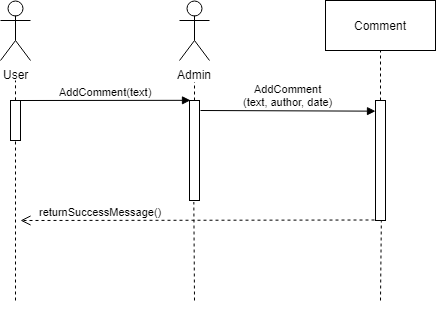
Before: Behavioral/Sequence Diagram/Add comment success scenario.png, a diagram exported from draw.io (group-c/sw-project). Source tidied: cells renumbered, new cells last; positions are measured from the earlier drawing's top-left corner, leaving out a move shared by most shapes.
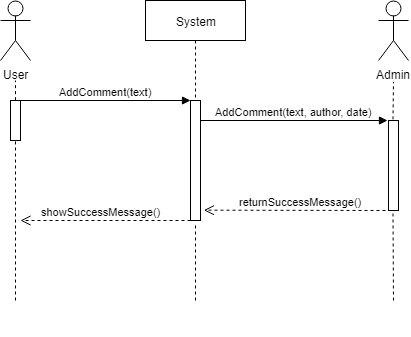
After the change.

Commit message:
Added Add comment success scenario. Reyhaneh

Diff of the diagram source:
```diff
@@ -3,73 +3,73 @@
     <mxCell id="0" />
     <mxCell id="1" parent="0" />
     <mxCell id="2" value="User&lt;br&gt;" style="shape=umlActor;verticalLabelPosition=bottom;labelBackgroundColor=#ffffff;verticalAlign=top;html=1;" parent="1" vertex="1">
-      <mxGeometry width="30" height="60" as="geometry" />
+      <mxGeometry x="-60" y="10" width="30" height="60" as="geometry" />
     </mxCell>
-    <mxCell id="3" style="html=1;points=[];perimeter=orthogonalPerimeter;" parent="1" vertex="1">
-      <mxGeometry x="10" y="100" width="10" height="40" as="geometry" />
-    </mxCell>
-    <mxCell id="4" style="html=1;points=[];perimeter=orthogonalPerimeter;" parent="1" vertex="1">
-      <mxGeometry x="375" y="100" width="10" height="120" as="geometry" />
-    </mxCell>
-    <mxCell id="5" style="endArrow=none;dashed=1;html=1;" parent="1" edge="1">
-      <mxGeometry relative="1" as="geometry">
-        <mxPoint x="380" y="100" as="sourcePoint" />
-        <mxPoint x="380" y="50" as="targetPoint" />
-      </mxGeometry>
-    </mxCell>
-    <mxCell id="6" value="Comment" style="html=1;" parent="1" vertex="1">
-      <mxGeometry x="325" width="110" height="50" as="geometry" />
-    </mxCell>
-    <mxCell id="7" style="html=1;points=[];perimeter=orthogonalPerimeter;" parent="1" vertex="1">
-      <mxGeometry x="189" y="100" width="10" height="100" as="geometry" />
-    </mxCell>
-    <mxCell id="8" style="endArrow=none;dashed=1;html=1;entryX=0.561;entryY=1.004;entryDx=0;entryDy=0;entryPerimeter=0;" parent="1" edge="1" target="4">
-      <mxGeometry relative="1" as="geometry">
-        <mxPoint x="380" y="300" as="sourcePoint" />
-      </mxGeometry>
-    </mxCell>
-    <mxCell id="9" style="endArrow=none;dashed=1;html=1;" parent="1" edge="1">
-      <mxGeometry relative="1" as="geometry">
-        <mxPoint x="194" y="100" as="sourcePoint" />
-        <mxPoint x="194" y="80" as="targetPoint" />
-      </mxGeometry>
-    </mxCell>
+    <mxCell id="18" style="html=1;points=[];perimeter=orthogonalPerimeter;" parent="1" vertex="1">
+      <mxGeometry x="-50" y="110" width="10" height="40" as="geometry" />
+    </mxCell>
+    <mxCell id="19" style="html=1;points=[];perimeter=orthogonalPerimeter;" parent="1" vertex="1">
+      <mxGeometry x="328" y="130" width="10" height="90" as="geometry" />
+    </mxCell>
+    <mxCell id="20" style="endArrow=none;dashed=1;html=1;exitX=0.472;exitY=-0.011;exitDx=0;exitDy=0;exitPerimeter=0;" parent="1" edge="1" source="19">
+      <mxGeometry relative="1" as="geometry">
+        <mxPoint x="333" y="90" as="targetPoint" />
+      </mxGeometry>
+    </mxCell>
     <mxCell id="10" value="Admin" style="shape=umlActor;verticalLabelPosition=bottom;labelBackgroundColor=#ffffff;verticalAlign=top;html=1;" parent="1" vertex="1">
-      <mxGeometry x="179" width="30" height="60" as="geometry" />
+      <mxGeometry x="318" y="10" width="30" height="60" as="geometry" />
     </mxCell>
-    <mxCell id="11" style="endArrow=none;dashed=1;html=1;exitX=0.523;exitY=0.002;exitDx=0;exitDy=0;exitPerimeter=0;" parent="1" edge="1" source="3">
-      <mxGeometry relative="1" as="geometry">
-        <mxPoint x="15" y="80" as="targetPoint" />
-      </mxGeometry>
-    </mxCell>
-    <mxCell id="12" style="endArrow=none;dashed=1;html=1;entryX=0.532;entryY=1.01;entryDx=0;entryDy=0;entryPerimeter=0;" parent="1" edge="1" target="3">
-      <mxGeometry relative="1" as="geometry">
-        <mxPoint x="15" y="300" as="sourcePoint" />
-      </mxGeometry>
-    </mxCell>
+    <mxCell id="21" style="endArrow=none;dashed=1;html=1;exitX=0.523;exitY=0.002;exitDx=0;exitDy=0;exitPerimeter=0;" parent="1" edge="1" source="18">
+      <mxGeometry relative="1" as="geometry">
+        <mxPoint x="-45" y="90" as="targetPoint" />
+      </mxGeometry>
+    </mxCell>
+    <mxCell id="22" style="endArrow=none;dashed=1;html=1;entryX=0.532;entryY=1.01;entryDx=0;entryDy=0;entryPerimeter=0;" parent="1" edge="1" target="18">
+      <mxGeometry relative="1" as="geometry">
+        <mxPoint x="-45" y="310" as="sourcePoint" />
+      </mxGeometry>
+    </mxCell>
-    <mxCell id="13" value="AddComment(text)" style="html=1;verticalAlign=bottom;endArrow=block;entryX=0.1;entryY=0;entryDx=0;entryDy=0;entryPerimeter=0;" parent="1" edge="1" target="7">
+    <mxCell id="13" value="AddComment(text)" style="html=1;verticalAlign=bottom;endArrow=block;" parent="1" edge="1">
       <mxGeometry relative="1" as="geometry">
-        <mxPoint x="20" y="100" as="sourcePoint" />
+        <mxPoint x="-40" y="110" as="sourcePoint" />
+        <mxPoint x="130" y="110" as="targetPoint" />
       </mxGeometry>
     </mxCell>
-    <mxCell id="14" value="AddComment&lt;br&gt;(text, author, date)" style="html=1;verticalAlign=bottom;endArrow=block;entryX=-0.033;entryY=0.087;entryDx=0;entryDy=0;entryPerimeter=0;" parent="1" edge="1" target="4">
-      <mxGeometry relative="1" as="geometry">
-        <mxPoint x="200" y="110" as="sourcePoint" />
-      </mxGeometry>
-    </mxCell>
+    <mxCell id="23" value="showSuccessMessage()" style="html=1;verticalAlign=bottom;endArrow=open;dashed=1;endSize=8;" parent="1" edge="1">
+      <mxGeometry x="0.06" relative="1" as="geometry">
+        <mxPoint x="130" y="230" as="sourcePoint" />
+        <mxPoint x="-40" y="230" as="targetPoint" />
+      </mxGeometry>
+    </mxCell>
+    <mxCell id="24" style="endArrow=none;dashed=1;html=1;entryX=0.471;entryY=1.011;entryDx=0;entryDy=0;entryPerimeter=0;" parent="1" edge="1" target="19">
+      <mxGeometry relative="1" as="geometry">
+        <mxPoint x="333" y="310" as="sourcePoint" />
+      </mxGeometry>
+    </mxCell>
+    <mxCell id="25" value="&lt;br&gt;&lt;br&gt;" style="text;html=1;align=left;verticalAlign=top;spacingTop=-4;" parent="1" vertex="1">
+      <mxGeometry x="323" y="315" width="20" height="30" as="geometry" />
+    </mxCell>
+    <mxCell id="26" style="html=1;points=[];perimeter=orthogonalPerimeter;" parent="1" vertex="1">
+      <mxGeometry x="130" y="110" width="10" height="120" as="geometry" />
+    </mxCell>
+    <mxCell id="27" value="AddComment(text, author, date)" style="html=1;verticalAlign=bottom;endArrow=block;" parent="1" edge="1">
+      <mxGeometry relative="1" as="geometry">
+        <mxPoint x="140" y="130" as="sourcePoint" />
+        <mxPoint x="327" y="130" as="targetPoint" />
+      </mxGeometry>
+    </mxCell>
-    <mxCell id="15" value="returnSuccessMessage()" style="html=1;verticalAlign=bottom;endArrow=open;dashed=1;endSize=8;" parent="1" edge="1">
-      <mxGeometry x="0.55" relative="1" as="geometry">
-        <mxPoint x="374" y="219.5" as="sourcePoint" />
-        <mxPoint x="20" y="220" as="targetPoint" />
+    <mxCell id="15" value="returnSuccessMessage()" style="html=1;verticalAlign=bottom;endArrow=open;dashed=1;endSize=8;entryX=1.333;entryY=0.915;entryDx=0;entryDy=0;entryPerimeter=0;" parent="1" edge="1" target="26">
+      <mxGeometry x="-0.06" relative="1" as="geometry">
+        <mxPoint x="325" y="220" as="sourcePoint" />
       </mxGeometry>
     </mxCell>
-    <mxCell id="16" style="endArrow=none;dashed=1;html=1;entryX=0.471;entryY=1.011;entryDx=0;entryDy=0;entryPerimeter=0;" parent="1" edge="1" target="7">
-      <mxGeometry relative="1" as="geometry">
-        <mxPoint x="194" y="300" as="sourcePoint" />
-      </mxGeometry>
-    </mxCell>
-    <mxCell id="17" value="&lt;br&gt;&lt;br&gt;" style="text;html=1;align=left;verticalAlign=top;spacingTop=-4;" parent="1" vertex="1">
-      <mxGeometry x="383" y="305" width="20" height="30" as="geometry" />
-    </mxCell>
+    <mxCell id="28" value="System" style="shape=umlLifeline;perimeter=lifelinePerimeter;whiteSpace=wrap;html=1;" parent="1" vertex="1">
+      <mxGeometry x="85" y="10" width="100" height="100" as="geometry" />
+    </mxCell>
+    <mxCell id="29" style="endArrow=none;dashed=1;html=1;entryX=0.5;entryY=1.018;entryDx=0;entryDy=0;entryPerimeter=0;" parent="1" edge="1" target="26">
+      <mxGeometry relative="1" as="geometry">
+        <mxPoint x="135" y="310" as="sourcePoint" />
+      </mxGeometry>
+    </mxCell>
   </root>
 </mxGraphModel>
```
